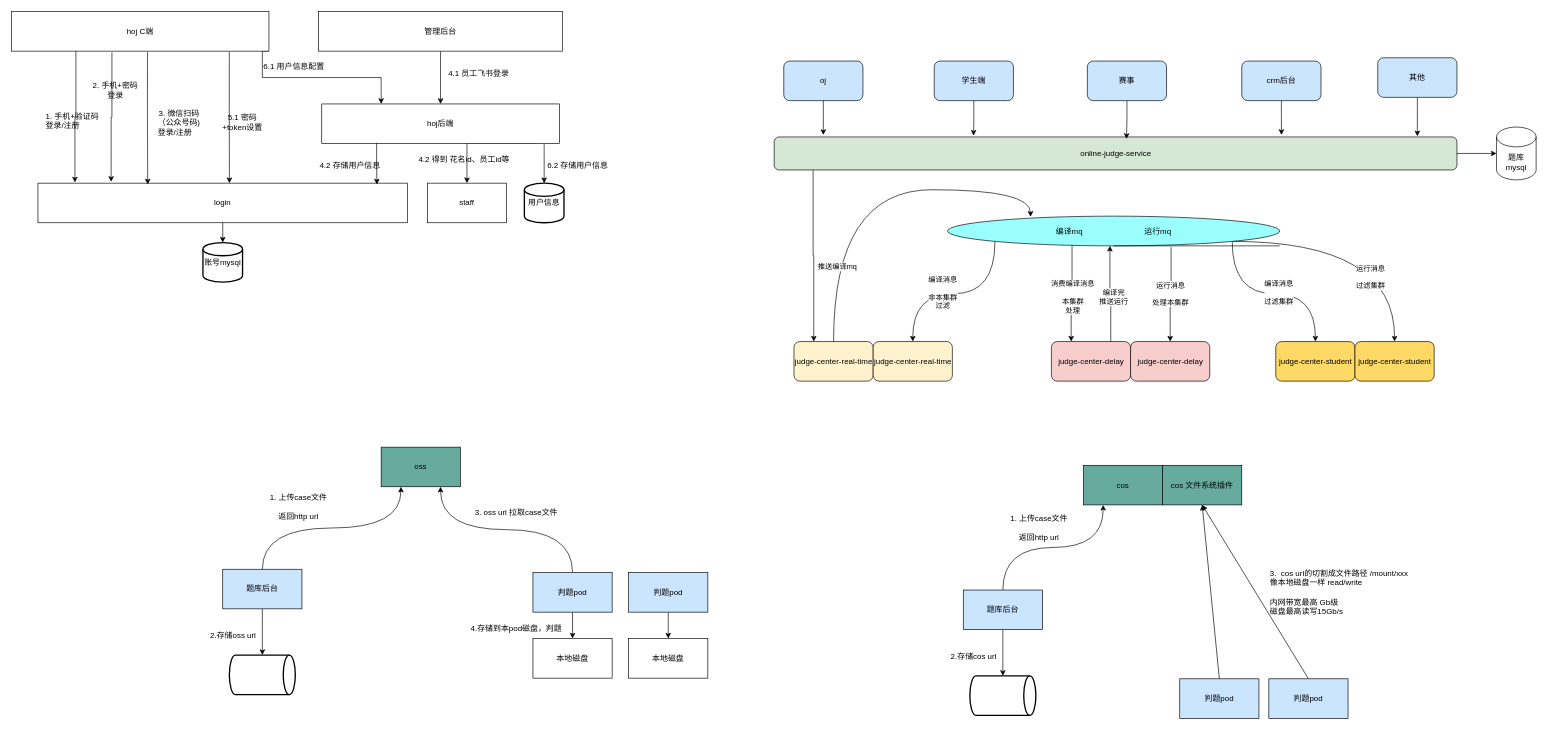
Earlier version of the draw.io diagram hoj技术方案.drawio (xiell2016/hetaoDesign). Source tidied: cells renumbered, new cells numbered last; positions are measured from the earlier drawing's top-left corner, leaving out a move shared by most shapes. Both pictures are drawn from the tidied source at 66%, with x=0, y=0 at pixel (11, 11).
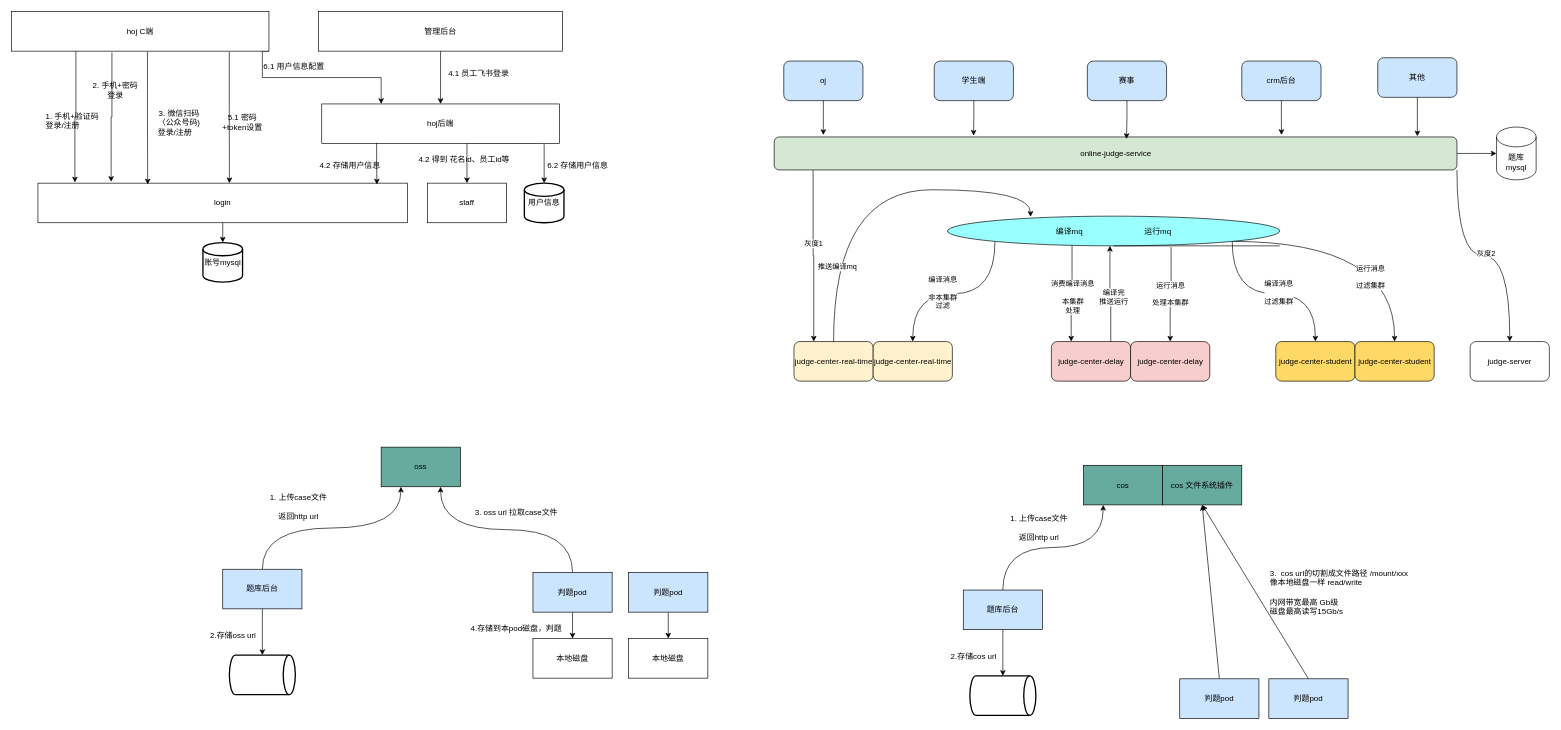
The same page after the edit.

Commit message:
更新hoj技术方案.drawio

The change refers to these unchanged cells:
```xml
<mxCell id="62" style="edgeStyle=orthogonalEdgeStyle;rounded=0;jettySize=auto;html=1;exitX=0.057;exitY=0.96;exitDx=0;exitDy=0;entryX=0.25;entryY=0;entryDx=0;entryDy=0;exitPerimeter=0;" parent="1" edge="1" source="64" target="65">
  <mxGeometry relative="1" as="geometry" />
</mxCell>
<mxCell id="64" value="online-judge-service" style="rounded=1;whiteSpace=wrap;html=1;fillColor=light-dark(#D5E8D4,var(--ge-dark-color, #121212));" parent="1" vertex="1">
  <mxGeometry x="1155.5" y="190" width="1034.5" height="50" as="geometry" />
</mxCell>
```

Diff of the diagram source:
```diff
@@
+    <mxCell id="92" value="灰度1" style="edgeLabel;html=1;align=center;verticalAlign=middle;" parent="62" vertex="1">
+      <mxGeometry x="-0.13" relative="1" as="geometry" />
+    </mxCell>
@@
+    <mxCell id="93" style="edgeStyle=orthogonalEdgeStyle;rounded=0;jettySize=auto;html=1;exitX=1;exitY=1;exitDx=0;exitDy=0;curved=1;" parent="1" edge="1" source="64" target="95">
+      <mxGeometry relative="1" as="geometry" />
+    </mxCell>
+    <mxCell id="94" value="灰度2" style="edgeLabel;html=1;align=center;verticalAlign=middle;" parent="93" vertex="1">
+      <mxGeometry x="0.02" y="4" relative="1" as="geometry" />
+    </mxCell>
@@
+    <mxCell id="95" value="judge-server" style="rounded=1;whiteSpace=wrap;html=1;" parent="1" vertex="1">
+      <mxGeometry x="2210" y="500" width="120" height="60" as="geometry" />
+    </mxCell>
```
